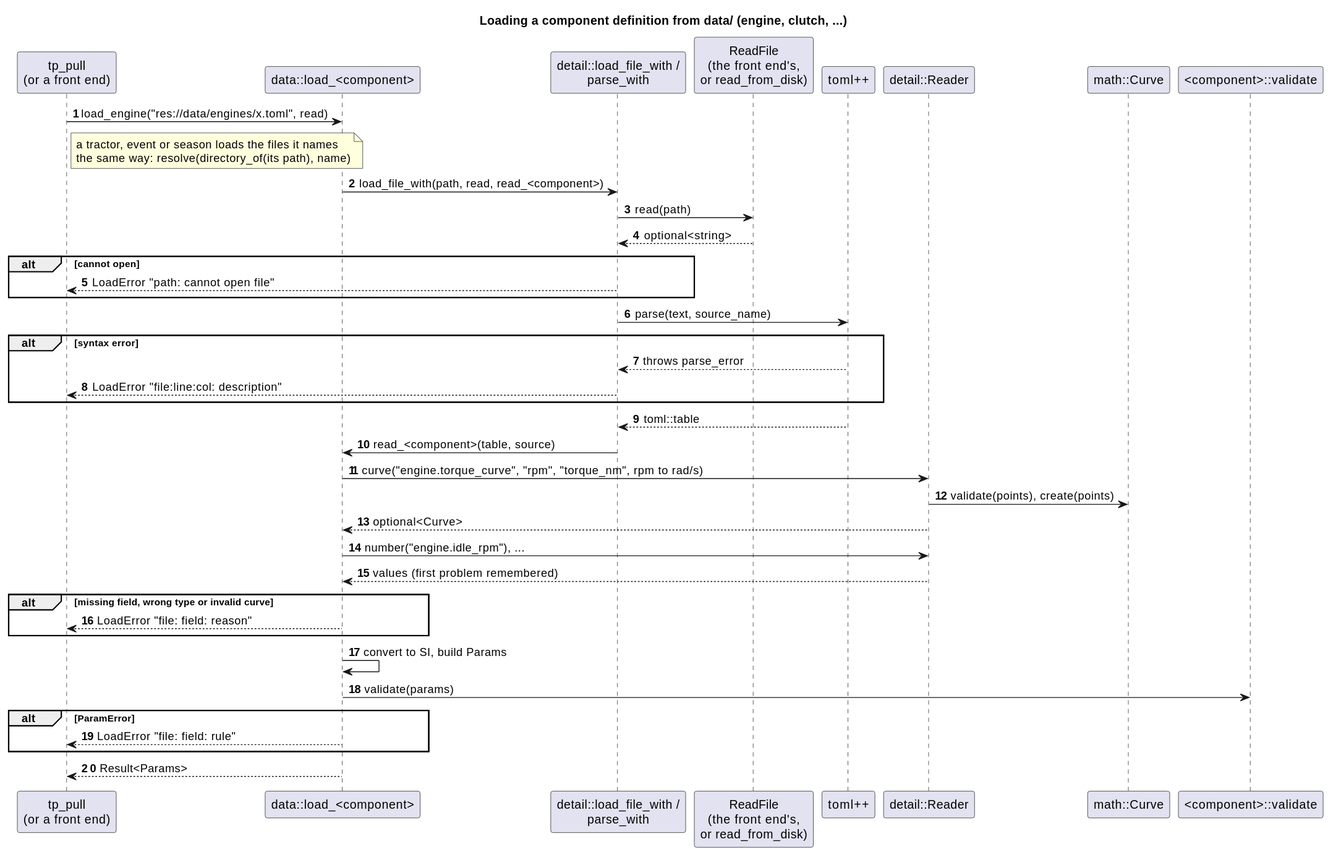
Above: docs/diagrams/svg/load_component_sequence.svg in wversteeg/TractorPulling (PlantUML), before the change.
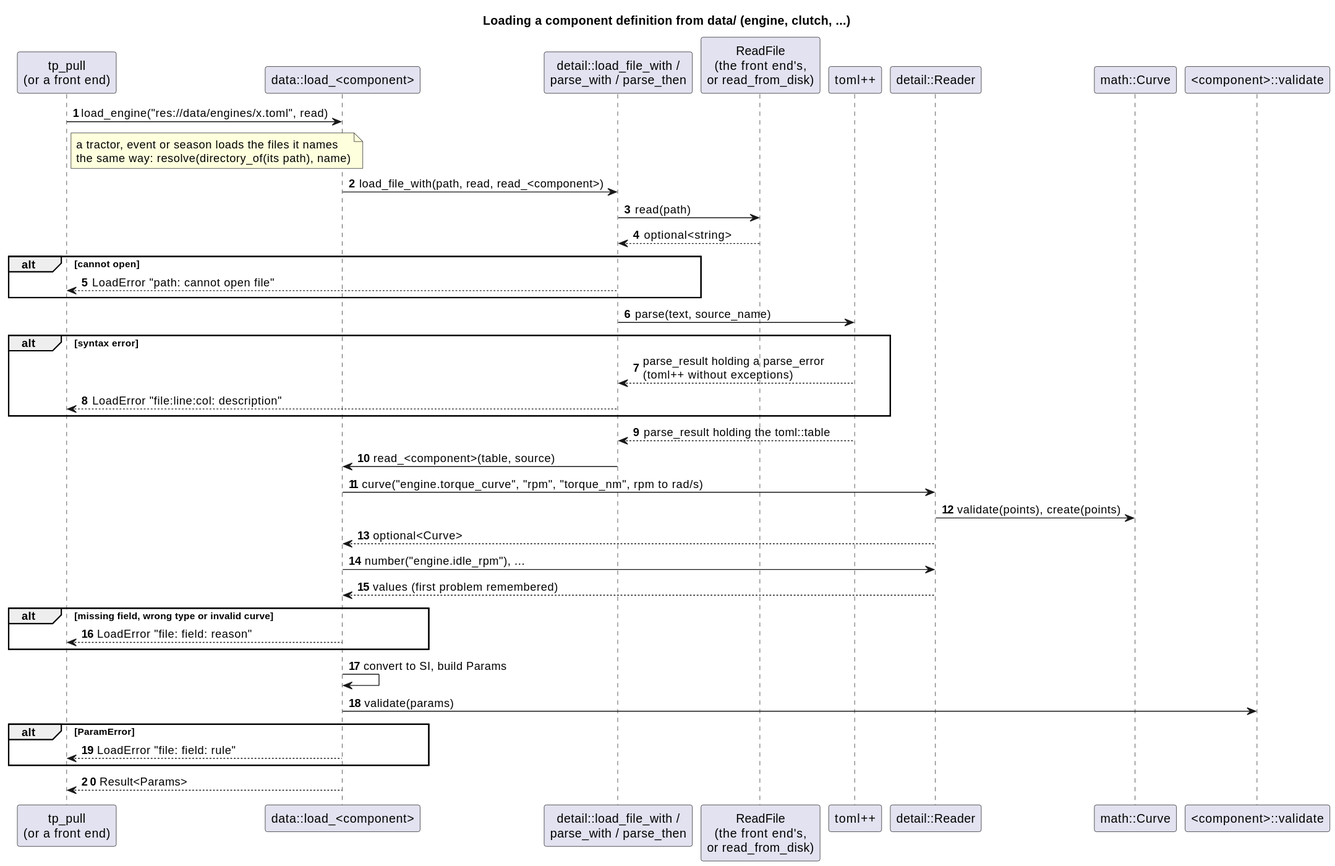
After the change.

Commit message:
Parse TOML without exceptions, so a syntax error is a value everywhere

What changed in the source:
```diff
@@ -3,7 +3,7 @@
 autonumber
 participant "tp_pull\n(or a front end)" as App
 participant "data::load_<component>" as Load
-participant "detail::load_file_with /\nparse_with" as Parse
+participant "detail::load_file_with /\nparse_with / parse_then" as Parse
 participant "ReadFile\n(the front end's,\nor read_from_disk)" as Read
 participant "toml++" as Toml
 participant "detail::Reader" as Reader
@@ -20,10 +20,10 @@
 end
 Parse -> Toml : parse(text, source_name)
 alt syntax error
-  Toml --> Parse : throws parse_error
+  Toml --> Parse : parse_result holding a parse_error\n(toml++ without exceptions)
   Parse --> App : LoadError "file:line:col: description"
 end
-Toml --> Parse : toml::table
+Toml --> Parse : parse_result holding the toml::table
 Parse -> Load : read_<component>(table, source)
 Load -> Reader : curve("engine.torque_curve", "rpm", "torque_nm", rpm to rad/s)
 Reader -> Curve : validate(points), create(points)
```
